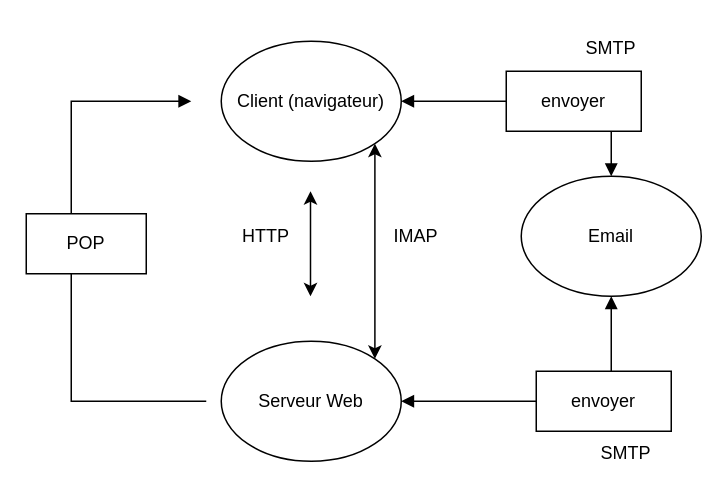
Before: SchemaInternet.drawio in Arnaud-Chane/IC-02-05, a draw.io diagram. Source tidied: cells renumbered, new cells numbered last; positions are measured from the earlier drawing's top-left corner, leaving out a move shared by most shapes. Both pictures are drawn from the tidied source at 150%, with x=0, y=0 at pixel (26, 26).
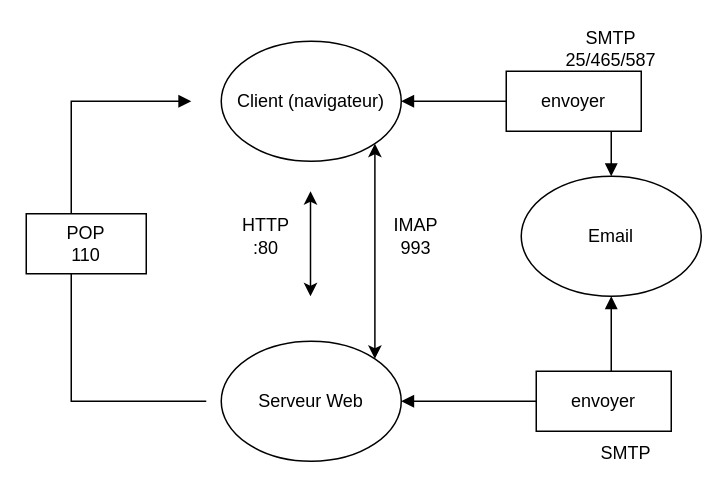
Above is the later version.

Diff of the diagram source:
```diff
@@
-    <mxCell id="8" value="HTTP" style="text;html=1;strokeColor=none;fillColor=none;align=center;verticalAlign=middle;whiteSpace=wrap;rounded=0;" parent="1" vertex="1">
+    <mxCell id="8" value="HTTP&lt;br&gt;:80" style="text;html=1;strokeColor=none;fillColor=none;align=center;verticalAlign=middle;whiteSpace=wrap;rounded=0;" parent="1" vertex="1">
       <mxGeometry x="130" y="125" width="60" height="30" as="geometry" />
     </mxCell>
@@
-    <mxCell id="12" value="SMTP" style="text;html=1;strokeColor=none;fillColor=none;align=center;verticalAlign=middle;whiteSpace=wrap;rounded=0;" parent="1" vertex="1">
+    <mxCell id="12" value="SMTP&lt;br&gt;25/465/587" style="text;html=1;strokeColor=none;fillColor=none;align=center;verticalAlign=middle;whiteSpace=wrap;rounded=0;" parent="1" vertex="1">
       <mxGeometry x="360" width="60" height="30" as="geometry" />
     </mxCell>
@@
-    <mxCell id="15" value="POP" style="rounded=0;whiteSpace=wrap;html=1;" parent="1" vertex="1">
+    <mxCell id="15" value="POP&lt;br&gt;110" style="rounded=0;whiteSpace=wrap;html=1;" parent="1" vertex="1">
       <mxGeometry y="125" width="80" height="40" as="geometry" />
     </mxCell>
@@
-    <mxCell id="17" value="IMAP" style="text;html=1;strokeColor=none;fillColor=none;align=center;verticalAlign=middle;whiteSpace=wrap;rounded=0;" parent="1" vertex="1">
+    <mxCell id="17" value="IMAP&lt;br&gt;993" style="text;html=1;strokeColor=none;fillColor=none;align=center;verticalAlign=middle;whiteSpace=wrap;rounded=0;" parent="1" vertex="1">
       <mxGeometry x="230" y="125" width="60" height="30" as="geometry" />
     </mxCell>
```
